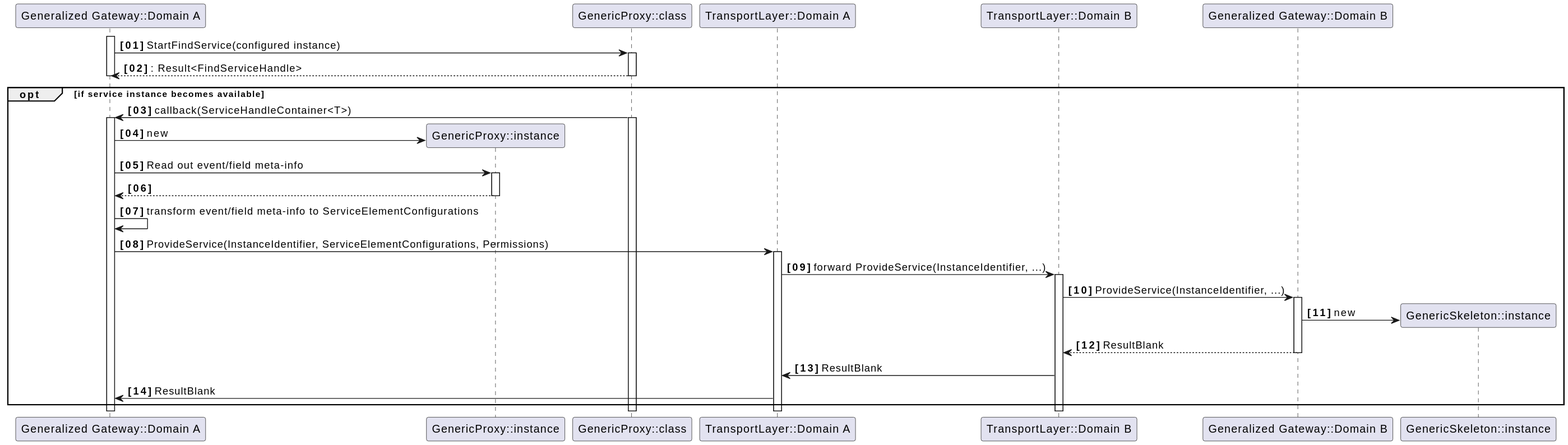
The PlantUML diagram score/mw/com/dependability/software_architectural_design/generalized_gateway/transport_layer/assets/transport_layer_provide_service_no_memory_sharing_sequence.svg in eclipse-score/communication, before a commit.
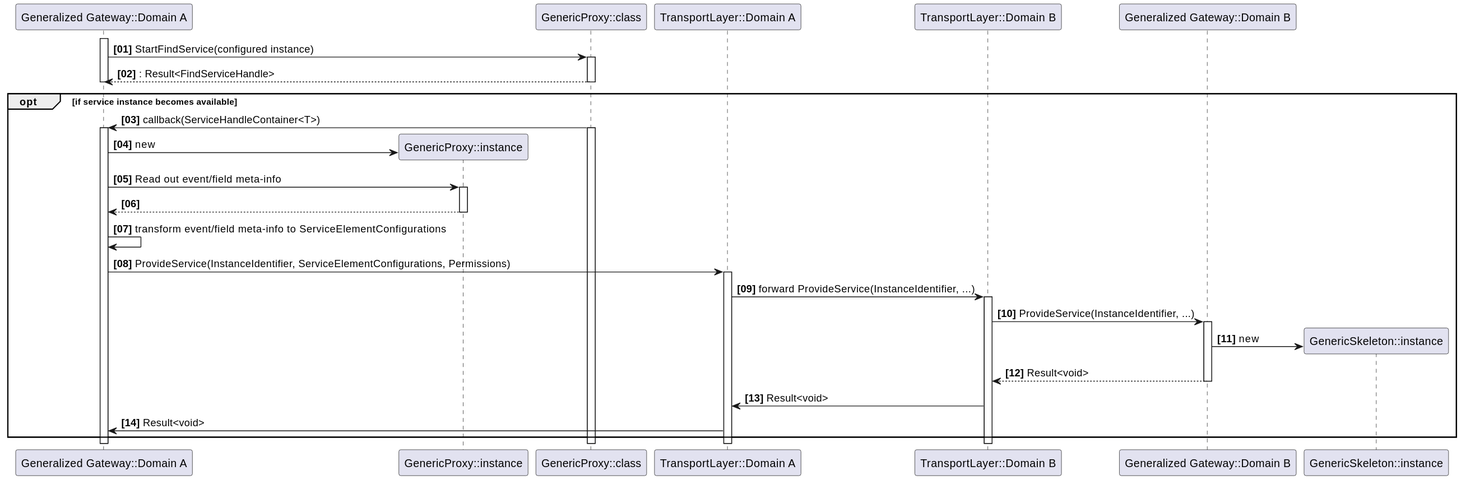
The same diagram one commit later.

Commit message:
docs: update SVG files by transitioning Result<void> return labels

Diff of the diagram source:
```diff
@@ -30,8 +30,8 @@
     TRANSPORT_LAYER_OTHER -> GATEWAY_OTHER ++: ProvideService(InstanceIdentifier, ...)
     create "GenericSkeleton::instance" as SKELETON_INSTANCE order 50
     GATEWAY_OTHER -> SKELETON_INSTANCE : new
-    return ResultBlank
-    TRANSPORT_LAYER_OTHER -> TRANSPORT_LAYER : ResultBlank
-    TRANSPORT_LAYER -> GATEWAY : ResultBlank
+    return Result<void>
+    TRANSPORT_LAYER_OTHER -> TRANSPORT_LAYER : Result<void>
+    TRANSPORT_LAYER -> GATEWAY : Result<void>
 end
 @enduml
```
